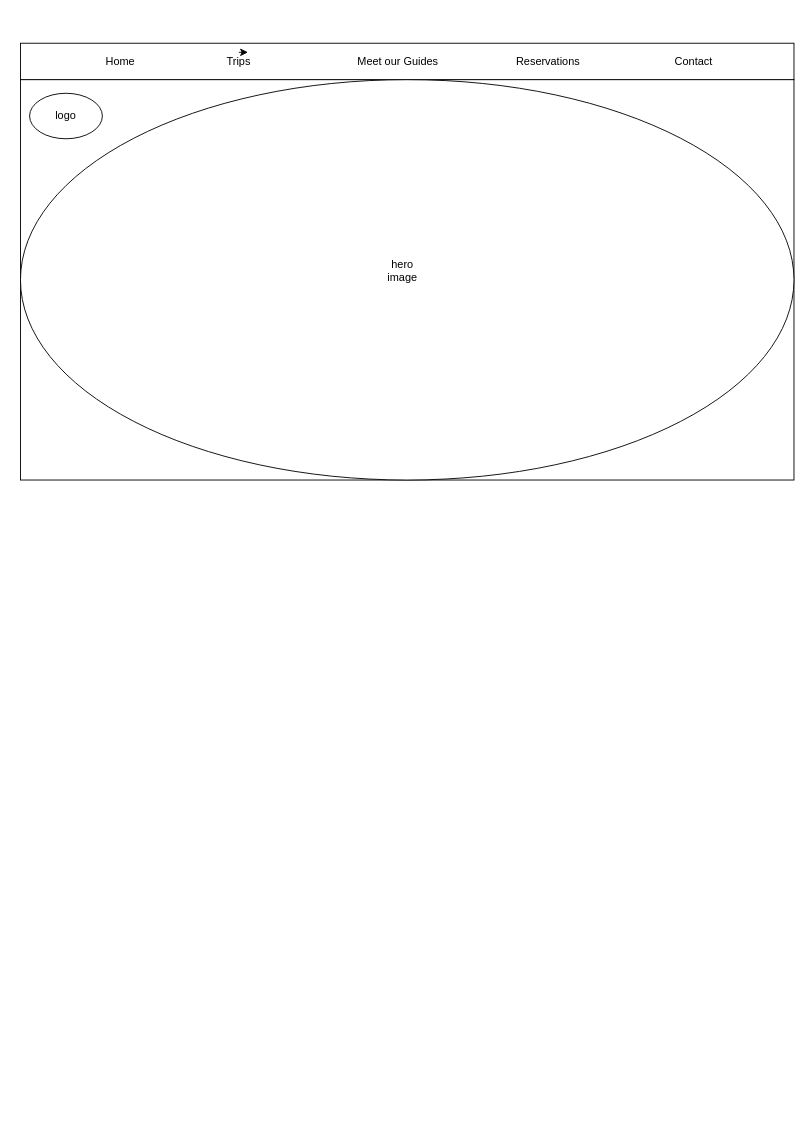
rus19023/WDD230 keeps this draw.io diagram as final-project-test/SalmonRiverWebsitePlan.drawio. Above is the earlier version. Source tidied: cells renumbered, new cells numbered last; positions are measured from the earlier drawing's top-left corner, leaving out a move shared by most shapes. Both pictures are drawn from the tidied source at 91%, with x=0, y=0 at pixel (20, 43).
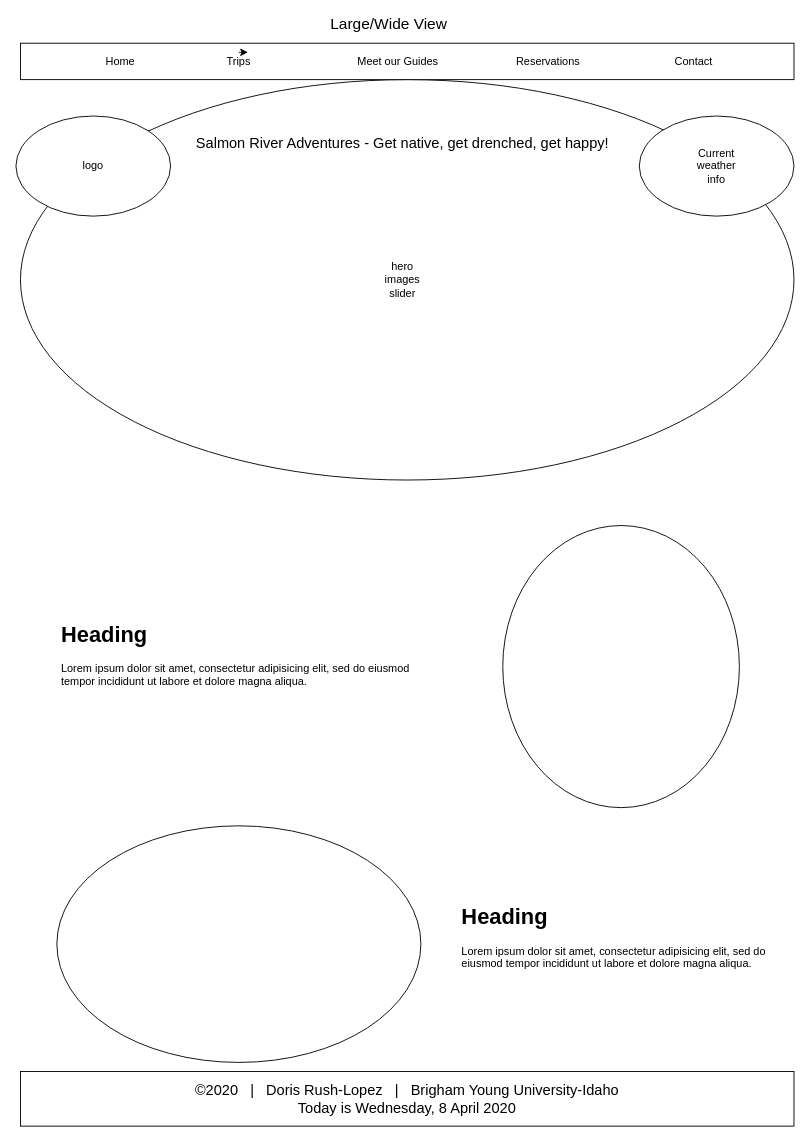
Above is the later version.

The edit, as a diff of the source:
```diff
@@
-    <mxCell id="2" style="rounded=0;whiteSpace=wrap;html=1;" parent="1" vertex="1">
-      <mxGeometry y="40" width="850" height="440" as="geometry" />
-    </mxCell>
-    <mxCell id="3" style="ellipse;whiteSpace=wrap;html=1;" parent="1" vertex="1">
-      <mxGeometry x="360" y="40" width="120" height="80" as="geometry" />
-    </mxCell>
@@
+    <mxCell id="15" style="ellipse;whiteSpace=wrap;html=1;" parent="1" vertex="1">
+      <mxGeometry x="680" y="80" width="170" height="110" as="geometry" />
+    </mxCell>
@@
-    <mxCell id="11" value="hero image&lt;br&gt;" style="text;html=1;strokeColor=none;fillColor=none;align=center;verticalAlign=middle;whiteSpace=wrap;rounded=0;" parent="1" vertex="1">
-      <mxGeometry x="400" y="240" width="40" height="20" as="geometry" />
+    <mxCell id="11" value="hero images slider" style="text;html=1;strokeColor=none;fillColor=none;align=center;verticalAlign=middle;whiteSpace=wrap;rounded=0;" parent="1" vertex="1">
+      <mxGeometry x="400" y="250" width="40" height="20" as="geometry" />
     </mxCell>
     <mxCell id="12" style="ellipse;whiteSpace=wrap;html=1;" parent="1" vertex="1">
-      <mxGeometry x="10" y="55" width="80" height="50" as="geometry" />
+      <mxGeometry x="-5" y="80" width="170" height="110" as="geometry" />
     </mxCell>
     <mxCell id="13" value="logo&lt;br&gt;" style="text;html=1;strokeColor=none;fillColor=none;align=center;verticalAlign=middle;whiteSpace=wrap;rounded=0;" parent="1" vertex="1">
-      <mxGeometry x="30" y="70" width="40" height="20" as="geometry" />
+      <mxGeometry x="60" y="125" width="40" height="20" as="geometry" />
     </mxCell>
@@
+    <mxCell id="16" value="&lt;h1&gt;Heading&lt;/h1&gt;&lt;p&gt;Lorem ipsum dolor sit amet, consectetur adipisicing elit, sed do eiusmod tempor incididunt ut labore et dolore magna aliqua.&lt;/p&gt;" style="text;html=1;strokeColor=none;fillColor=none;spacing=5;spacingTop=-20;whiteSpace=wrap;overflow=hidden;rounded=0;" parent="1" vertex="1">
+      <mxGeometry x="40" y="630" width="430" height="110" as="geometry" />
+    </mxCell>
+    <mxCell id="17" style="ellipse;whiteSpace=wrap;html=1;" parent="1" vertex="1">
+      <mxGeometry x="530" y="530" width="260" height="310" as="geometry" />
+    </mxCell>
+    <mxCell id="18" style="ellipse;whiteSpace=wrap;html=1;" parent="1" vertex="1">
+      <mxGeometry x="40" y="860" width="400" height="260" as="geometry" />
+    </mxCell>
+    <mxCell id="19" value="&lt;h1&gt;Heading&lt;/h1&gt;&lt;p&gt;Lorem ipsum dolor sit amet, consectetur adipisicing elit, sed do eiusmod tempor incididunt ut labore et dolore magna aliqua.&lt;/p&gt;" style="text;html=1;strokeColor=none;fillColor=none;spacing=5;spacingTop=-20;whiteSpace=wrap;overflow=hidden;rounded=0;" parent="1" vertex="1">
+      <mxGeometry x="480" y="940" width="370" height="110" as="geometry" />
+    </mxCell>
+    <mxCell id="20" style="rounded=0;whiteSpace=wrap;html=1;" parent="1" vertex="1">
+      <mxGeometry y="1130" width="850" height="60" as="geometry" />
+    </mxCell>
+    <mxCell id="21" value="&lt;span style=&quot;font-family: sriracha, arial, sans-serif; font-size: medium;&quot;&gt;©2020 &amp;nbsp; | &amp;nbsp; Doris Rush-Lopez &amp;nbsp; | &amp;nbsp; Brigham Young University-Idaho&lt;/span&gt;&lt;div id=&quot;updated&quot; style=&quot;font-family: sriracha, arial, sans-serif; font-size: medium;&quot;&gt;Today is Wednesday, 8 April 2020&lt;/div&gt;" style="text;html=1;strokeColor=none;fillColor=none;align=center;verticalAlign=middle;whiteSpace=wrap;rounded=0;fontColor=#000000;labelBackgroundColor=#ffffff;" parent="1" vertex="1">
+      <mxGeometry y="1150" width="850" height="20" as="geometry" />
+    </mxCell>
+    <mxCell id="22" value="Current weather info" style="text;html=1;strokeColor=none;fillColor=none;align=center;verticalAlign=middle;whiteSpace=wrap;rounded=0;" parent="1" vertex="1">
+      <mxGeometry x="745" y="125" width="40" height="20" as="geometry" />
+    </mxCell>
+    <mxCell id="23" value="&lt;font style=&quot;font-size: 16px&quot;&gt;Salmon River Adventures - Get native, get drenched, get happy!&lt;/font&gt;" style="text;html=1;strokeColor=none;fillColor=none;align=center;verticalAlign=middle;whiteSpace=wrap;rounded=0;labelBackgroundColor=#ffffff;fontColor=#000000;fontFamily=Calligraffiti;FType=g;" parent="1" vertex="1">
+      <mxGeometry x="185" y="100" width="470" height="20" as="geometry" />
+    </mxCell>
+    <mxCell id="24" value="&lt;font style=&quot;font-size: 17px&quot;&gt;Large/Wide View&lt;/font&gt;" style="text;html=1;strokeColor=none;fillColor=none;align=center;verticalAlign=middle;whiteSpace=wrap;rounded=0;labelBackgroundColor=#ffffff;fontColor=#000000;" parent="1" vertex="1">
+      <mxGeometry x="330" y="-30" width="150" height="20" as="geometry" />
+    </mxCell>
```
